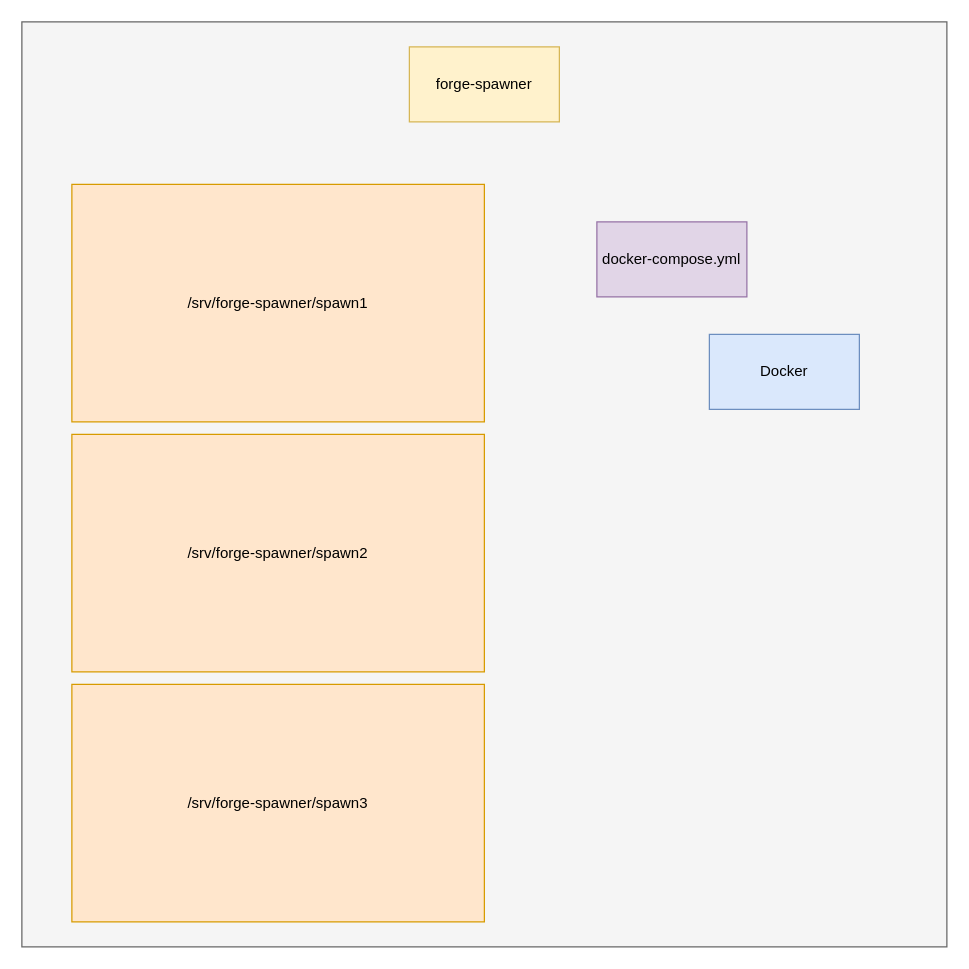
This is forge-spawn.drawio from ftechhelp/minecraft-server-spawner, a draw.io file, before an edit. Source tidied: cells renumbered, new cells numbered last; positions are measured from the earlier drawing's top-left corner, leaving out a move shared by most shapes. Both pictures are drawn from the tidied source at 125%, with x=0, y=0 at pixel (21, 21).
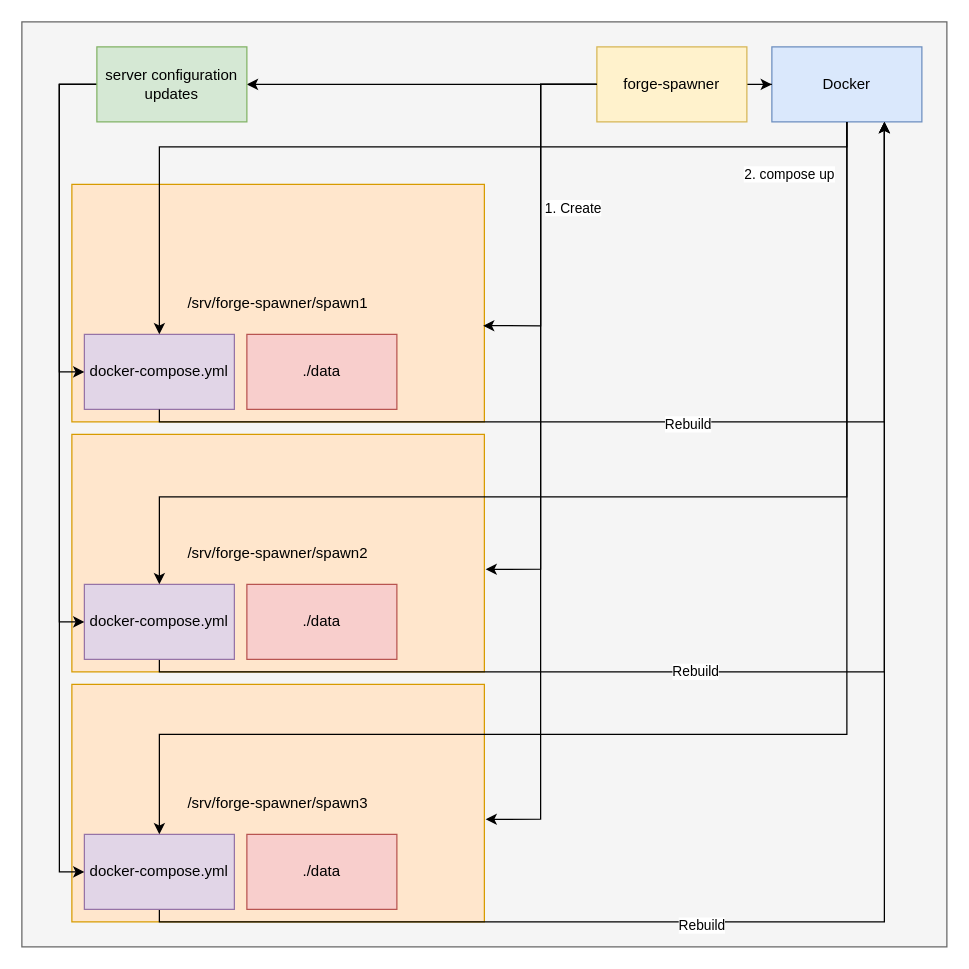
After the change.

The change refers to these unchanged cells:
```xml
<mxCell id="6" value="/srv/forge-spawner/spawn1" style="rounded=0;whiteSpace=wrap;html=1;fillColor=#ffe6cc;strokeColor=#d79b00;" parent="1" vertex="1">
  <mxGeometry x="40" y="130" width="330" height="190" as="geometry" />
</mxCell>
<mxCell id="7" value="/srv/forge-spawner/spawn2" style="rounded=0;whiteSpace=wrap;html=1;fillColor=#ffe6cc;strokeColor=#d79b00;" parent="1" vertex="1">
  <mxGeometry x="40" y="330" width="330" height="190" as="geometry" />
</mxCell>
<mxCell id="8" value="/srv/forge-spawner/spawn3" style="rounded=0;whiteSpace=wrap;html=1;fillColor=#ffe6cc;strokeColor=#d79b00;" parent="1" vertex="1">
  <mxGeometry x="40" y="530" width="330" height="190" as="geometry" />
</mxCell>
```

Change to the diagram source:
```diff
@@
     <mxCell id="3" value="Docker" style="rounded=0;whiteSpace=wrap;html=1;fillColor=#dae8fc;strokeColor=#6c8ebf;" parent="1" vertex="1">
-      <mxGeometry x="550" y="250" width="120" height="60" as="geometry" />
+      <mxGeometry x="600" y="20" width="120" height="60" as="geometry" />
     </mxCell>
-    <mxCell id="4" value="docker-compose.yml" style="rounded=0;whiteSpace=wrap;html=1;fillColor=#e1d5e7;strokeColor=#9673a6;" parent="1" vertex="1">
-      <mxGeometry x="460" y="160" width="120" height="60" as="geometry" />
-    </mxCell>
+    <mxCell id="9" style="edgeStyle=orthogonalEdgeStyle;rounded=0;jettySize=auto;html=1;" parent="1" edge="1" source="5" target="3">
+      <mxGeometry relative="1" as="geometry" />
+    </mxCell>
+    <mxCell id="10" style="edgeStyle=orthogonalEdgeStyle;rounded=0;jettySize=auto;html=1;entryX=1;entryY=0.5;entryDx=0;entryDy=0;" parent="1" edge="1" source="5" target="31">
+      <mxGeometry relative="1" as="geometry" />
+    </mxCell>
     <mxCell id="5" value="forge-spawner" style="rounded=0;whiteSpace=wrap;html=1;fillColor=#fff2cc;strokeColor=#d6b656;" parent="1" vertex="1">
-      <mxGeometry x="310" y="20" width="120" height="60" as="geometry" />
+      <mxGeometry x="460" y="20" width="120" height="60" as="geometry" />
     </mxCell>
@@
+    <mxCell id="11" value="docker-compose.yml" style="rounded=0;whiteSpace=wrap;html=1;fillColor=#e1d5e7;strokeColor=#9673a6;" parent="1" vertex="1">
+      <mxGeometry x="50" y="250" width="120" height="60" as="geometry" />
+    </mxCell>
+    <mxCell id="12" style="edgeStyle=orthogonalEdgeStyle;rounded=0;jettySize=auto;html=1;entryX=0.75;entryY=1;entryDx=0;entryDy=0;" parent="1" edge="1" source="4" target="3">
+      <mxGeometry relative="1" as="geometry">
+        <Array as="points">
+          <mxPoint x="110" y="520" />
+          <mxPoint x="690" y="520" />
+        </Array>
+      </mxGeometry>
+    </mxCell>
+    <mxCell id="13" value="Rebuild" style="edgeLabel;html=1;align=center;verticalAlign=middle;" parent="12" vertex="1">
+      <mxGeometry x="-0.15" y="1" relative="1" as="geometry" />
+    </mxCell>
+    <mxCell id="4" value="docker-compose.yml" style="rounded=0;whiteSpace=wrap;html=1;fillColor=#e1d5e7;strokeColor=#9673a6;" parent="1" vertex="1">
+      <mxGeometry x="50" y="450" width="120" height="60" as="geometry" />
+    </mxCell>
+    <mxCell id="14" style="edgeStyle=orthogonalEdgeStyle;rounded=0;jettySize=auto;html=1;entryX=0.75;entryY=1;entryDx=0;entryDy=0;" parent="1" edge="1" source="16" target="3">
+      <mxGeometry relative="1" as="geometry">
+        <Array as="points">
+          <mxPoint x="110" y="720" />
+          <mxPoint x="690" y="720" />
+        </Array>
+      </mxGeometry>
+    </mxCell>
+    <mxCell id="15" value="Rebuild" style="edgeLabel;html=1;align=center;verticalAlign=middle;" parent="14" vertex="1">
+      <mxGeometry x="-0.28" y="-2" relative="1" as="geometry" />
+    </mxCell>
+    <mxCell id="16" value="docker-compose.yml" style="rounded=0;whiteSpace=wrap;html=1;fillColor=#e1d5e7;strokeColor=#9673a6;" parent="1" vertex="1">
+      <mxGeometry x="50" y="650" width="120" height="60" as="geometry" />
+    </mxCell>
+    <mxCell id="17" value="./data" style="rounded=0;whiteSpace=wrap;html=1;fillColor=#f8cecc;strokeColor=#b85450;" parent="1" vertex="1">
+      <mxGeometry x="180" y="250" width="120" height="60" as="geometry" />
+    </mxCell>
+    <mxCell id="18" value="./data" style="rounded=0;whiteSpace=wrap;html=1;fillColor=#f8cecc;strokeColor=#b85450;" parent="1" vertex="1">
+      <mxGeometry x="180" y="450" width="120" height="60" as="geometry" />
+    </mxCell>
+    <mxCell id="19" value="./data" style="rounded=0;whiteSpace=wrap;html=1;fillColor=#f8cecc;strokeColor=#b85450;" parent="1" vertex="1">
+      <mxGeometry x="180" y="650" width="120" height="60" as="geometry" />
+    </mxCell>
+    <mxCell id="20" style="edgeStyle=orthogonalEdgeStyle;rounded=0;jettySize=auto;html=1;entryX=0.997;entryY=0.595;entryDx=0;entryDy=0;entryPerimeter=0;" parent="1" edge="1" source="5" target="6">
+      <mxGeometry relative="1" as="geometry" />
+    </mxCell>
+    <mxCell id="21" value="1. Create" style="edgeLabel;html=1;align=center;verticalAlign=middle;" parent="20" vertex="1">
+      <mxGeometry x="0.01" y="2" relative="1" as="geometry">
+        <mxPoint x="23" as="offset" />
+      </mxGeometry>
+    </mxCell>
+    <mxCell id="22" style="edgeStyle=orthogonalEdgeStyle;rounded=0;jettySize=auto;html=1;entryX=1.003;entryY=0.568;entryDx=0;entryDy=0;entryPerimeter=0;" parent="1" edge="1" source="5" target="7">
+      <mxGeometry relative="1" as="geometry" />
+    </mxCell>
+    <mxCell id="23" style="edgeStyle=orthogonalEdgeStyle;rounded=0;jettySize=auto;html=1;entryX=1.003;entryY=0.568;entryDx=0;entryDy=0;entryPerimeter=0;" parent="1" edge="1" source="5" target="8">
+      <mxGeometry relative="1" as="geometry" />
+    </mxCell>
+    <mxCell id="24" style="edgeStyle=orthogonalEdgeStyle;rounded=0;jettySize=auto;html=1;entryX=0.5;entryY=0;entryDx=0;entryDy=0;" parent="1" edge="1" source="3" target="11">
+      <mxGeometry relative="1" as="geometry">
+        <Array as="points">
+          <mxPoint x="660" y="100" />
+          <mxPoint x="110" y="100" />
+        </Array>
+      </mxGeometry>
+    </mxCell>
+    <mxCell id="25" value="2. compose up" style="edgeLabel;html=1;align=center;verticalAlign=middle;" parent="24" vertex="1">
+      <mxGeometry x="-0.71" y="2" relative="1" as="geometry">
+        <mxPoint x="37" y="19" as="offset" />
+      </mxGeometry>
+    </mxCell>
+    <mxCell id="26" style="edgeStyle=orthogonalEdgeStyle;rounded=0;jettySize=auto;html=1;entryX=0.5;entryY=0;entryDx=0;entryDy=0;" parent="1" edge="1" source="3" target="4">
+      <mxGeometry relative="1" as="geometry">
+        <Array as="points">
+          <mxPoint x="660" y="380" />
+          <mxPoint x="110" y="380" />
+        </Array>
+      </mxGeometry>
+    </mxCell>
+    <mxCell id="27" style="edgeStyle=orthogonalEdgeStyle;rounded=0;jettySize=auto;html=1;" parent="1" edge="1" source="3" target="16">
+      <mxGeometry relative="1" as="geometry">
+        <Array as="points">
+          <mxPoint x="660" y="570" />
+          <mxPoint x="110" y="570" />
+        </Array>
+      </mxGeometry>
+    </mxCell>
+    <mxCell id="28" style="edgeStyle=orthogonalEdgeStyle;rounded=0;jettySize=auto;html=1;entryX=0;entryY=0.5;entryDx=0;entryDy=0;" parent="1" edge="1" source="31" target="11">
+      <mxGeometry relative="1" as="geometry">
+        <Array as="points">
+          <mxPoint x="30" y="50" />
+          <mxPoint x="30" y="280" />
+        </Array>
+      </mxGeometry>
+    </mxCell>
+    <mxCell id="29" style="edgeStyle=orthogonalEdgeStyle;rounded=0;jettySize=auto;html=1;entryX=0;entryY=0.5;entryDx=0;entryDy=0;" parent="1" edge="1" source="31" target="4">
+      <mxGeometry relative="1" as="geometry">
+        <Array as="points">
+          <mxPoint x="30" y="50" />
+          <mxPoint x="30" y="480" />
+        </Array>
+      </mxGeometry>
+    </mxCell>
+    <mxCell id="30" style="edgeStyle=orthogonalEdgeStyle;rounded=0;jettySize=auto;html=1;entryX=0;entryY=0.5;entryDx=0;entryDy=0;" parent="1" edge="1" source="31" target="16">
+      <mxGeometry relative="1" as="geometry">
+        <Array as="points">
+          <mxPoint x="30" y="50" />
+          <mxPoint x="30" y="680" />
+        </Array>
+      </mxGeometry>
+    </mxCell>
+    <mxCell id="31" value="server configuration updates" style="rounded=0;whiteSpace=wrap;html=1;fillColor=#d5e8d4;strokeColor=#82b366;" parent="1" vertex="1">
+      <mxGeometry x="60" y="20" width="120" height="60" as="geometry" />
+    </mxCell>
+    <mxCell id="32" style="edgeStyle=orthogonalEdgeStyle;rounded=0;jettySize=auto;html=1;entryX=0.75;entryY=1;entryDx=0;entryDy=0;" parent="1" edge="1" source="11" target="3">
+      <mxGeometry relative="1" as="geometry">
+        <Array as="points">
+          <mxPoint x="110" y="320" />
+          <mxPoint x="690" y="320" />
+        </Array>
+      </mxGeometry>
+    </mxCell>
+    <mxCell id="33" value="Rebuild" style="edgeLabel;html=1;align=center;verticalAlign=middle;" parent="32" vertex="1">
+      <mxGeometry x="0.04" y="-1" relative="1" as="geometry" />
+    </mxCell>
```
